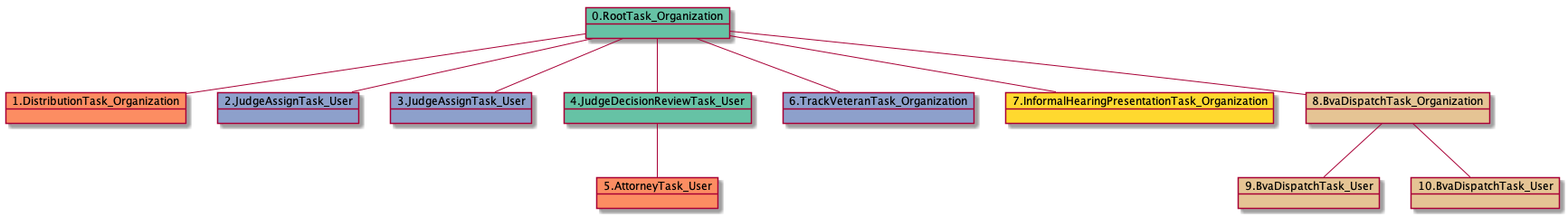
Before: docs-DR/uml/RTO.DTO.JATU.JDRTU.ATU.TVTO.IHPTO.BDTO-3875.png, a diagram exported from PlantUML (yoomlam/graphing). Source of this version:
```plantuml
@startuml
object 0.RootTask_Organization #66c2a5
object 1.DistributionTask_Organization #fc8d62
object 2.JudgeAssignTask_User #8da0cb
object 3.JudgeAssignTask_User #8da0cb
object 4.JudgeDecisionReviewTask_User #66c2a5
object 5.AttorneyTask_User #fc8d62
object 6.TrackVeteranTask_Organization #8da0cb
object 7.InformalHearingPresentationTask_Organization #ffd92f
object 8.BvaDispatchTask_Organization #e5c494
object 9.BvaDispatchTask_User #e5c494
object 10.BvaDispatchTask_User #e5c494
0.RootTask_Organization -- 1.DistributionTask_Organization
0.RootTask_Organization -- 2.JudgeAssignTask_User
0.RootTask_Organization -- 3.JudgeAssignTask_User
0.RootTask_Organization -- 4.JudgeDecisionReviewTask_User
4.JudgeDecisionReviewTask_User -- 5.AttorneyTask_User
0.RootTask_Organization -- 6.TrackVeteranTask_Organization
0.RootTask_Organization -- 7.InformalHearingPresentationTask_Organization
0.RootTask_Organization -- 8.BvaDispatchTask_Organization
8.BvaDispatchTask_Organization -- 9.BvaDispatchTask_User
8.BvaDispatchTask_Organization -- 10.BvaDispatchTask_User
@enduml
```
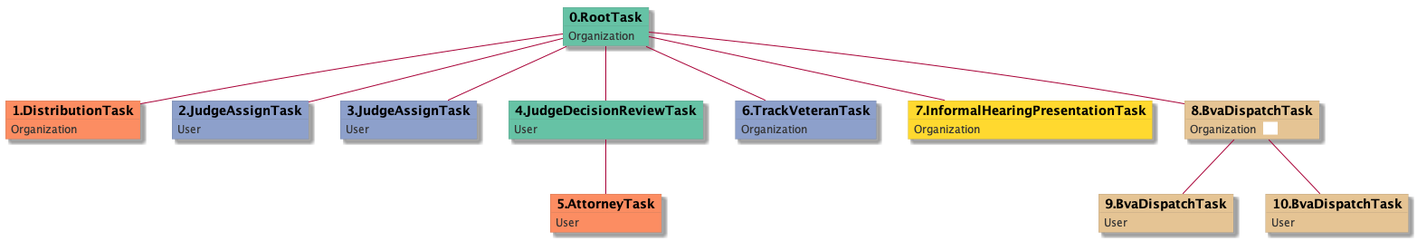
After the commit.

The edit, as a diff of the source:
```diff
@@ -1,23 +1,53 @@
 @startuml
-object 0.RootTask_Organization #66c2a5
-object 1.DistributionTask_Organization #fc8d62
-object 2.JudgeAssignTask_User #8da0cb
-object 3.JudgeAssignTask_User #8da0cb
-object 4.JudgeDecisionReviewTask_User #66c2a5
-object 5.AttorneyTask_User #fc8d62
-object 6.TrackVeteranTask_Organization #8da0cb
-object 7.InformalHearingPresentationTask_Organization #ffd92f
-object 8.BvaDispatchTask_Organization #e5c494
-object 9.BvaDispatchTask_User #e5c494
-object 10.BvaDispatchTask_User #e5c494
-0.RootTask_Organization -- 1.DistributionTask_Organization
-0.RootTask_Organization -- 2.JudgeAssignTask_User
-0.RootTask_Organization -- 3.JudgeAssignTask_User
-0.RootTask_Organization -- 4.JudgeDecisionReviewTask_User
-4.JudgeDecisionReviewTask_User -- 5.AttorneyTask_User
-0.RootTask_Organization -- 6.TrackVeteranTask_Organization
-0.RootTask_Organization -- 7.InformalHearingPresentationTask_Organization
-0.RootTask_Organization -- 8.BvaDispatchTask_Organization
-8.BvaDispatchTask_Organization -- 9.BvaDispatchTask_User
-8.BvaDispatchTask_Organization -- 10.BvaDispatchTask_User
+skinparam {
+  ObjectBorderColor #555
+  ObjectBorderThickness 0
+  ObjectFontStyle bold
+  ObjectFontSize 14
+  ObjectAttributeFontColor #333
+  ObjectAttributeFontSize 12
+}
+  object 0.RootTask #66c2a5 {
+Organization
+}
+  object 1.DistributionTask #fc8d62 {
+Organization
+}
+  object 2.JudgeAssignTask #8da0cb {
+User
+}
+  object 3.JudgeAssignTask #8da0cb {
+User
+}
+  object 4.JudgeDecisionReviewTask #66c2a5 {
+User
+}
+  object 5.AttorneyTask #fc8d62 {
+User
+}
+  object 6.TrackVeteranTask #8da0cb {
+Organization
+}
+  object 7.InformalHearingPresentationTask #ffd92f {
+Organization
+}
+  object 8.BvaDispatchTask #e5c494 {
+Organization  <back:white>    </back>
+}
+  object 9.BvaDispatchTask #e5c494 {
+User
+}
+  object 10.BvaDispatchTask #e5c494 {
+User
+}
+0.RootTask -- 1.DistributionTask
+0.RootTask -- 2.JudgeAssignTask
+0.RootTask -- 3.JudgeAssignTask
+0.RootTask -- 4.JudgeDecisionReviewTask
+4.JudgeDecisionReviewTask -- 5.AttorneyTask
+0.RootTask -- 6.TrackVeteranTask
+0.RootTask -- 7.InformalHearingPresentationTask
+0.RootTask -- 8.BvaDispatchTask
+8.BvaDispatchTask -- 9.BvaDispatchTask
+8.BvaDispatchTask -- 10.BvaDispatchTask
 @enduml
```
